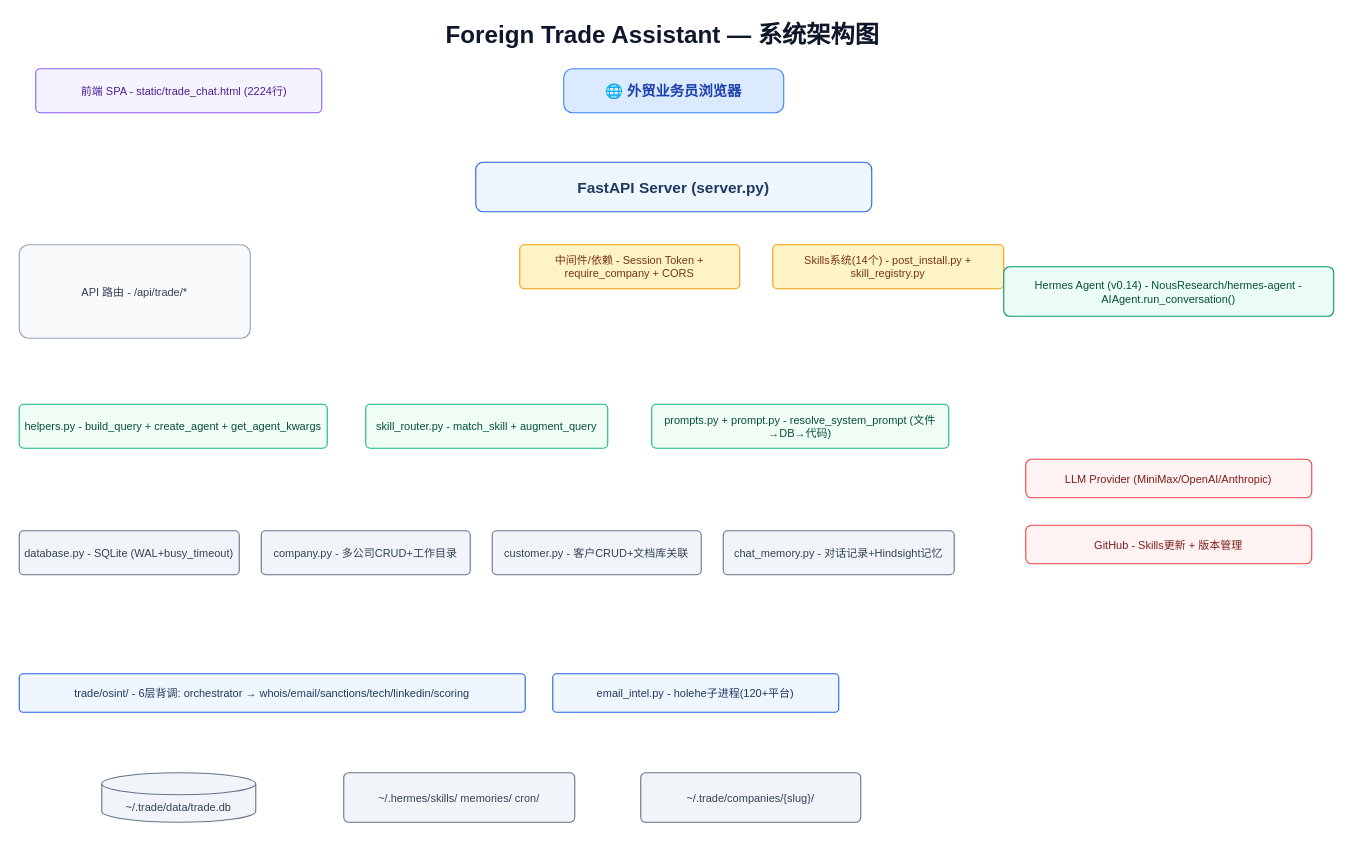
Above: docs/architecture.drawio in chefroger/agentbase (draw.io), before the change. Source tidied: cells renumbered, new cells numbered last; positions are measured from the earlier drawing's top-left corner, leaving out a move shared by most shapes. Both pictures are drawn from the tidied source at 110%, with x=0, y=0 at pixel (19, 19).
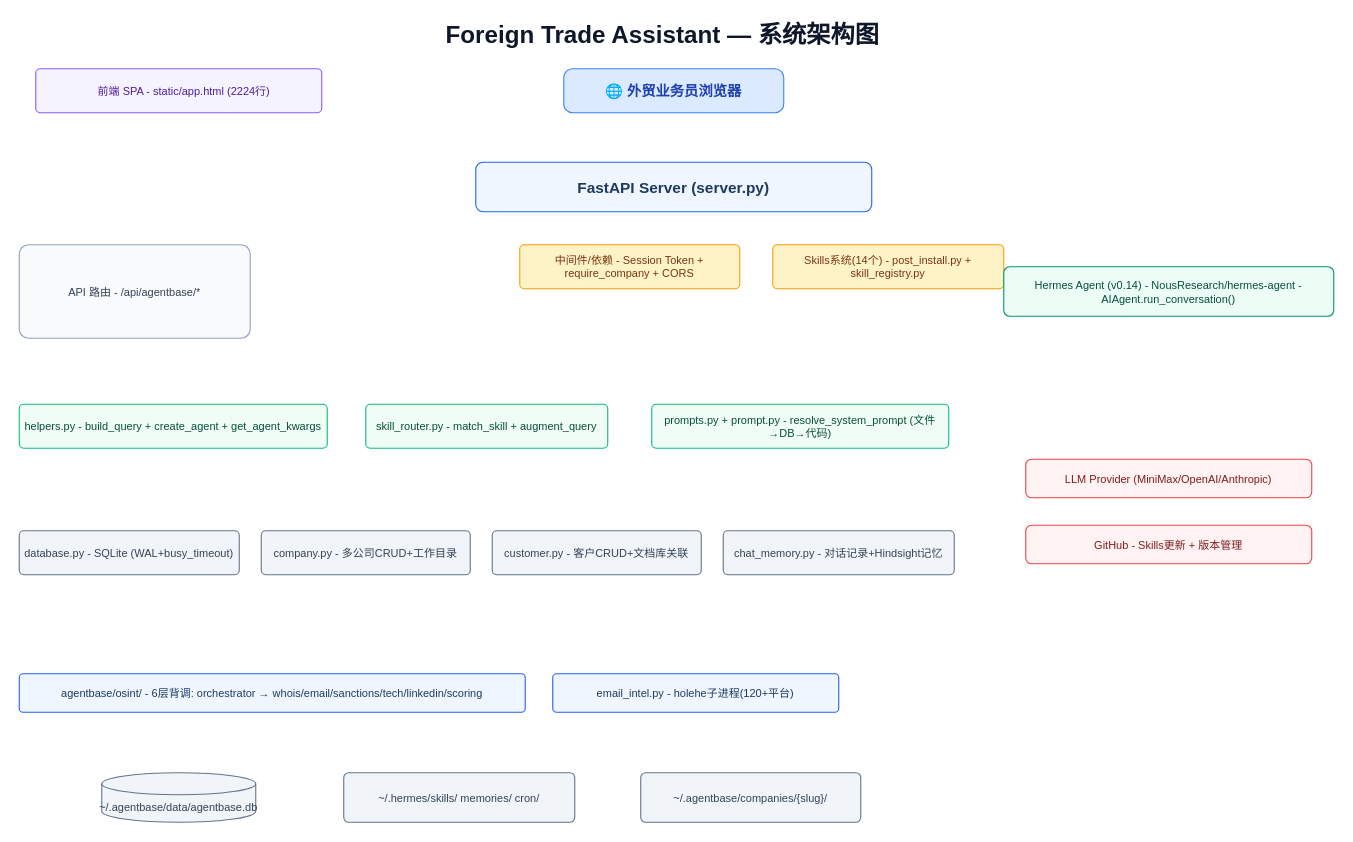
The same page after the edit.

Change to the diagram source:
```diff
@@
-    <mxCell id="4" value="前端 SPA - static/trade_chat.html (2224行)" style="rounded=1;whiteSpace=wrap;html=1;fillColor=#F5F3FF;strokeColor=#8B5CF6;fontColor=#4C1D95;fontSize=10;arcSize=10;align=center;spacingLeft=10;" parent="1" vertex="1">
+    <mxCell id="4" value="前端 SPA - static/app.html (2224行)" style="rounded=1;whiteSpace=wrap;html=1;fillColor=#F5F3FF;strokeColor=#8B5CF6;fontColor=#4C1D95;fontSize=10;arcSize=10;align=center;spacingLeft=10;" parent="1" vertex="1">
       <mxGeometry x="15" y="45" width="260" height="40" as="geometry" />
     </mxCell>
@@
-    <mxCell id="9" value="API 路由 - /api/trade/*" style="rounded=1;whiteSpace=wrap;html=1;fillColor=#F8FAFC;strokeColor=#94A3B8;fontColor=#334155;fontSize=10;arcSize=10;align=center;" parent="1" vertex="1">
+    <mxCell id="9" value="API 路由 - /api/agentbase/*" style="rounded=1;whiteSpace=wrap;html=1;fillColor=#F8FAFC;strokeColor=#94A3B8;fontColor=#334155;fontSize=10;arcSize=10;align=center;" parent="1" vertex="1">
       <mxGeometry y="205" width="210" height="85" as="geometry" />
     </mxCell>
@@
-    <mxCell id="35" value="trade/osint/ - 6层背调: orchestrator → whois/email/sanctions/tech/linkedin/scoring" style="rounded=1;whiteSpace=wrap;html=1;fillColor=#EFF6FF;strokeColor=#2563EB;fontColor=#1E3A5F;fontSize=10;arcSize=10;align=center;" parent="1" vertex="1">
+    <mxCell id="35" value="agentbase/osint/ - 6层背调: orchestrator → whois/email/sanctions/tech/linkedin/scoring" style="rounded=1;whiteSpace=wrap;html=1;fillColor=#EFF6FF;strokeColor=#2563EB;fontColor=#1E3A5F;fontSize=10;arcSize=10;align=center;" parent="1" vertex="1">
       <mxGeometry y="595" width="460" height="35" as="geometry" />
     </mxCell>
@@
-    <mxCell id="38" value="~/.trade/data/trade.db" style="shape=cylinder3;whiteSpace=wrap;html=1;boundedLbl=1;fillColor=#F1F5F9;strokeColor=#64748B;fontColor=#334155;fontSize=10;size=10;" parent="1" vertex="1">
+    <mxCell id="38" value="~/.agentbase/data/agentbase.db" style="shape=cylinder3;whiteSpace=wrap;html=1;boundedLbl=1;fillColor=#F1F5F9;strokeColor=#64748B;fontColor=#334155;fontSize=10;size=10;" parent="1" vertex="1">
       <mxGeometry x="75" y="685" width="140" height="45" as="geometry" />
     </mxCell>
@@
-    <mxCell id="40" value="~/.trade/companies/{slug}/" style="rounded=1;whiteSpace=wrap;html=1;fillColor=#F1F5F9;strokeColor=#64748B;fontColor=#334155;fontSize=10;arcSize=10;align=center;" parent="1" vertex="1">
+    <mxCell id="40" value="~/.agentbase/companies/{slug}/" style="rounded=1;whiteSpace=wrap;html=1;fillColor=#F1F5F9;strokeColor=#64748B;fontColor=#334155;fontSize=10;arcSize=10;align=center;" parent="1" vertex="1">
       <mxGeometry x="565" y="685" width="200" height="45" as="geometry" />
     </mxCell>
```
